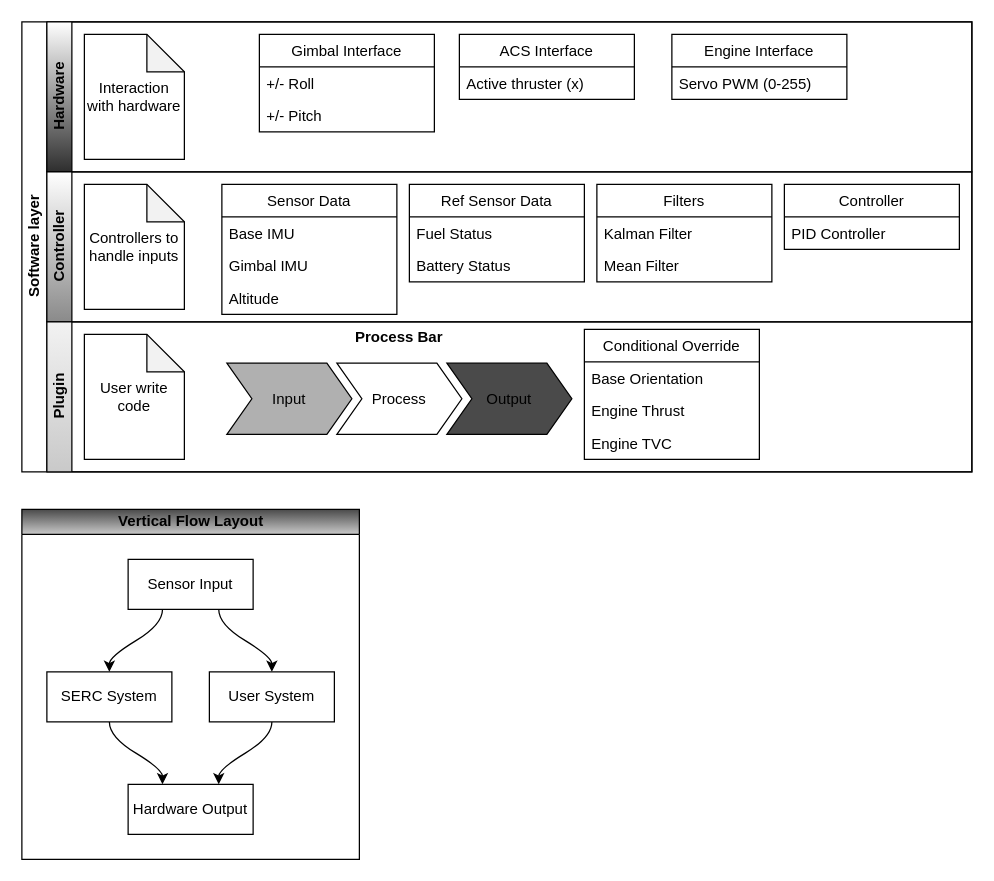
This is page "SoftwareLayers" (5 of 5) of Diagrams/SystemArchitecture.drawio from antarikshnarain/ArtemisLeapFrog, a draw.io file, before an edit. Source tidied: cells renumbered, new cells numbered last; positions are measured from the earlier drawing's top-left corner, leaving out a move shared by most shapes. Both pictures are drawn from the tidied source at 125%, with x=0, y=0 at pixel (21, 21).
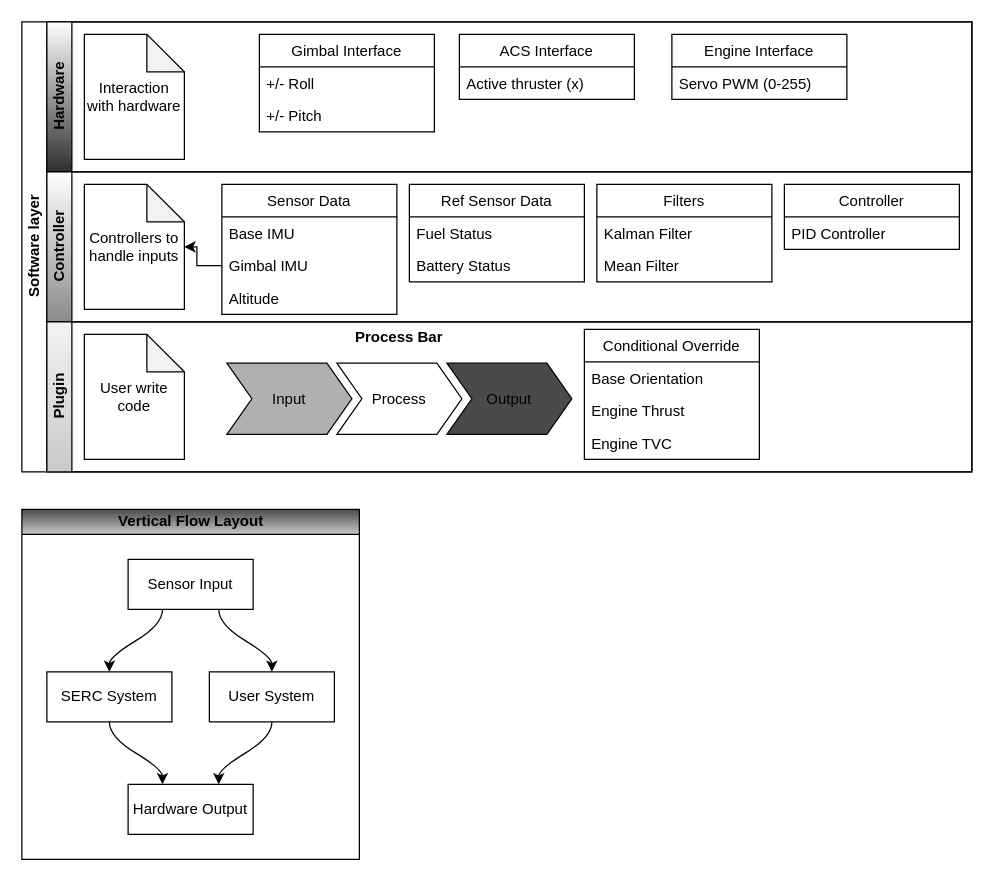
The same diagram, later.

The change refers to these unchanged cells:
```xml
<mxCell id="12" value="Controller" style="swimlane;html=1;startSize=20;horizontal=0;gradientColor=#8A8A8A;" parent="2" vertex="1">
  <mxGeometry x="20" y="120" width="740" height="120" as="geometry" />
</mxCell>
<mxCell id="23" value="Gimbal IMU" style="text;strokeColor=none;fillColor=none;align=left;verticalAlign=top;spacingLeft=4;spacingRight=4;overflow=hidden;points=[[0,0.5],[1,0.5]];portConstraint=eastwest;" parent="21" vertex="1">
  <mxGeometry y="52" width="140" height="26" as="geometry" />
</mxCell>
<mxCell id="25" value="Controllers to handle inputs" style="shape=note;whiteSpace=wrap;html=1;backgroundOutline=1;darkOpacity=0.05;" parent="12" vertex="1">
  <mxGeometry x="30" y="10" width="80" height="100" as="geometry" />
</mxCell>
```

Change to the diagram source:
```diff
@@
+    <mxCell id="45" style="edgeStyle=orthogonalEdgeStyle;rounded=0;jettySize=auto;html=1;" parent="12" edge="1" source="23" target="25">
+      <mxGeometry relative="1" as="geometry" />
+    </mxCell>
```
